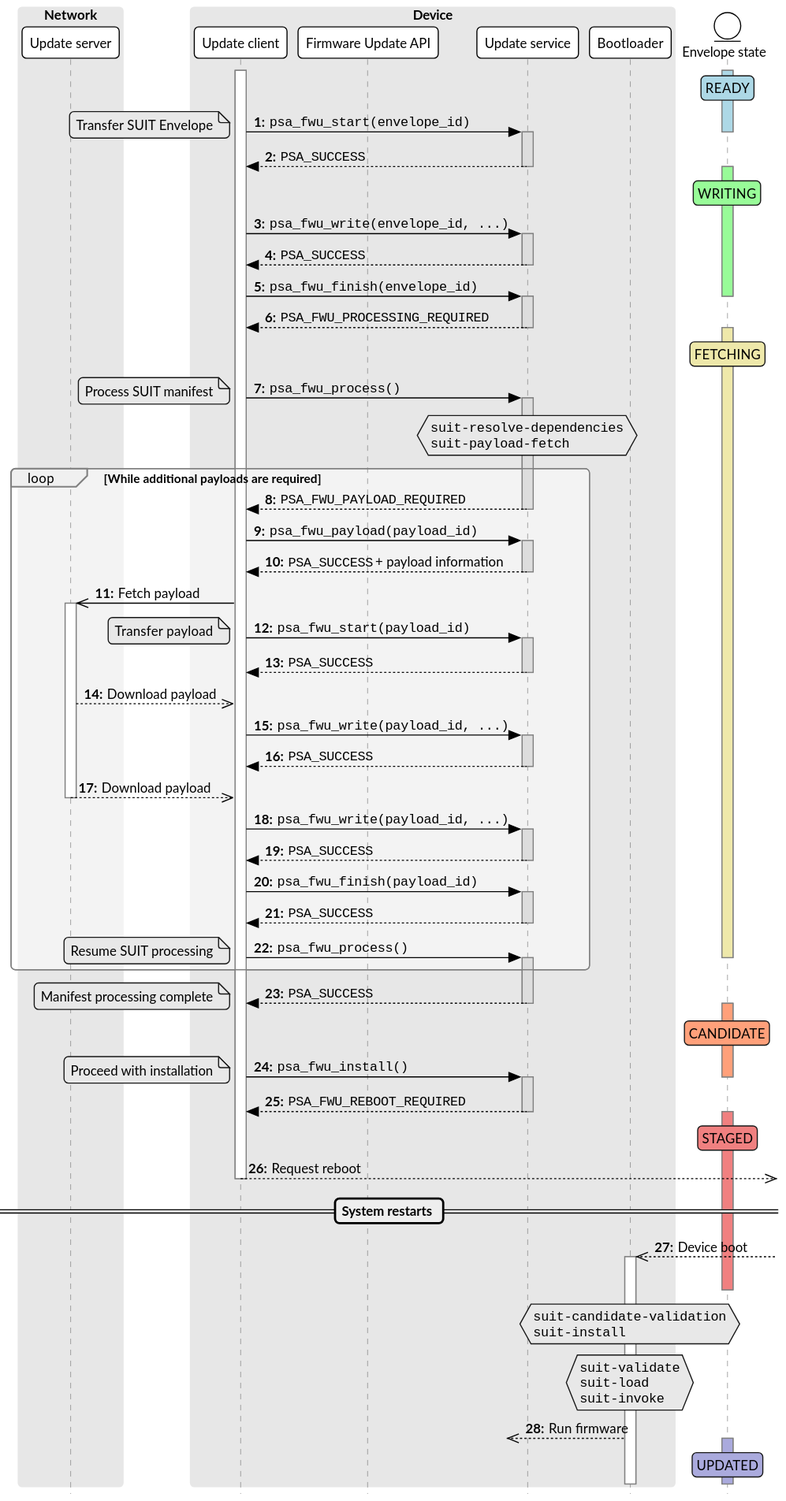
Above: design/rfc-01-fwu-suit/fetch-sequence.svg in ARM-software/psa-api (PlantUML), before the change. Its source is kept beside it as design/rfc-01-fwu-suit/fetch-sequence.puml.
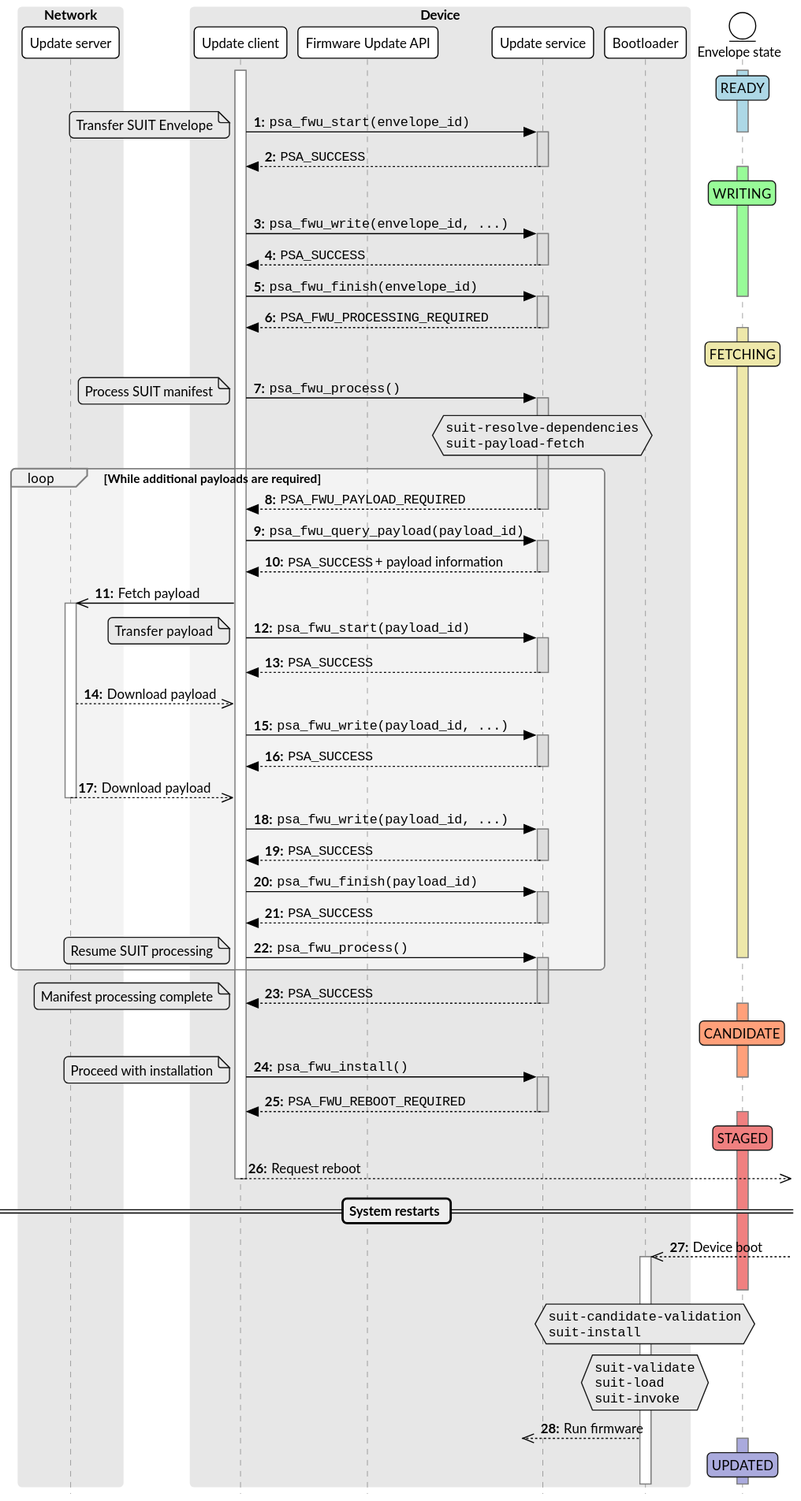
Above is the later version.

What changed in the source:
```diff
@@ -49,7 +49,7 @@
 loop While additional payloads are required
     return ""PSA_FWU_PAYLOAD_REQUIRED""
 
-    client -> service: ""psa_fwu_payload(payload_id)""
+    client -> service: ""psa_fwu_query_payload(payload_id)""
     activate service #ddd
     return ""PSA_SUCCESS"" + payload information
 
```
